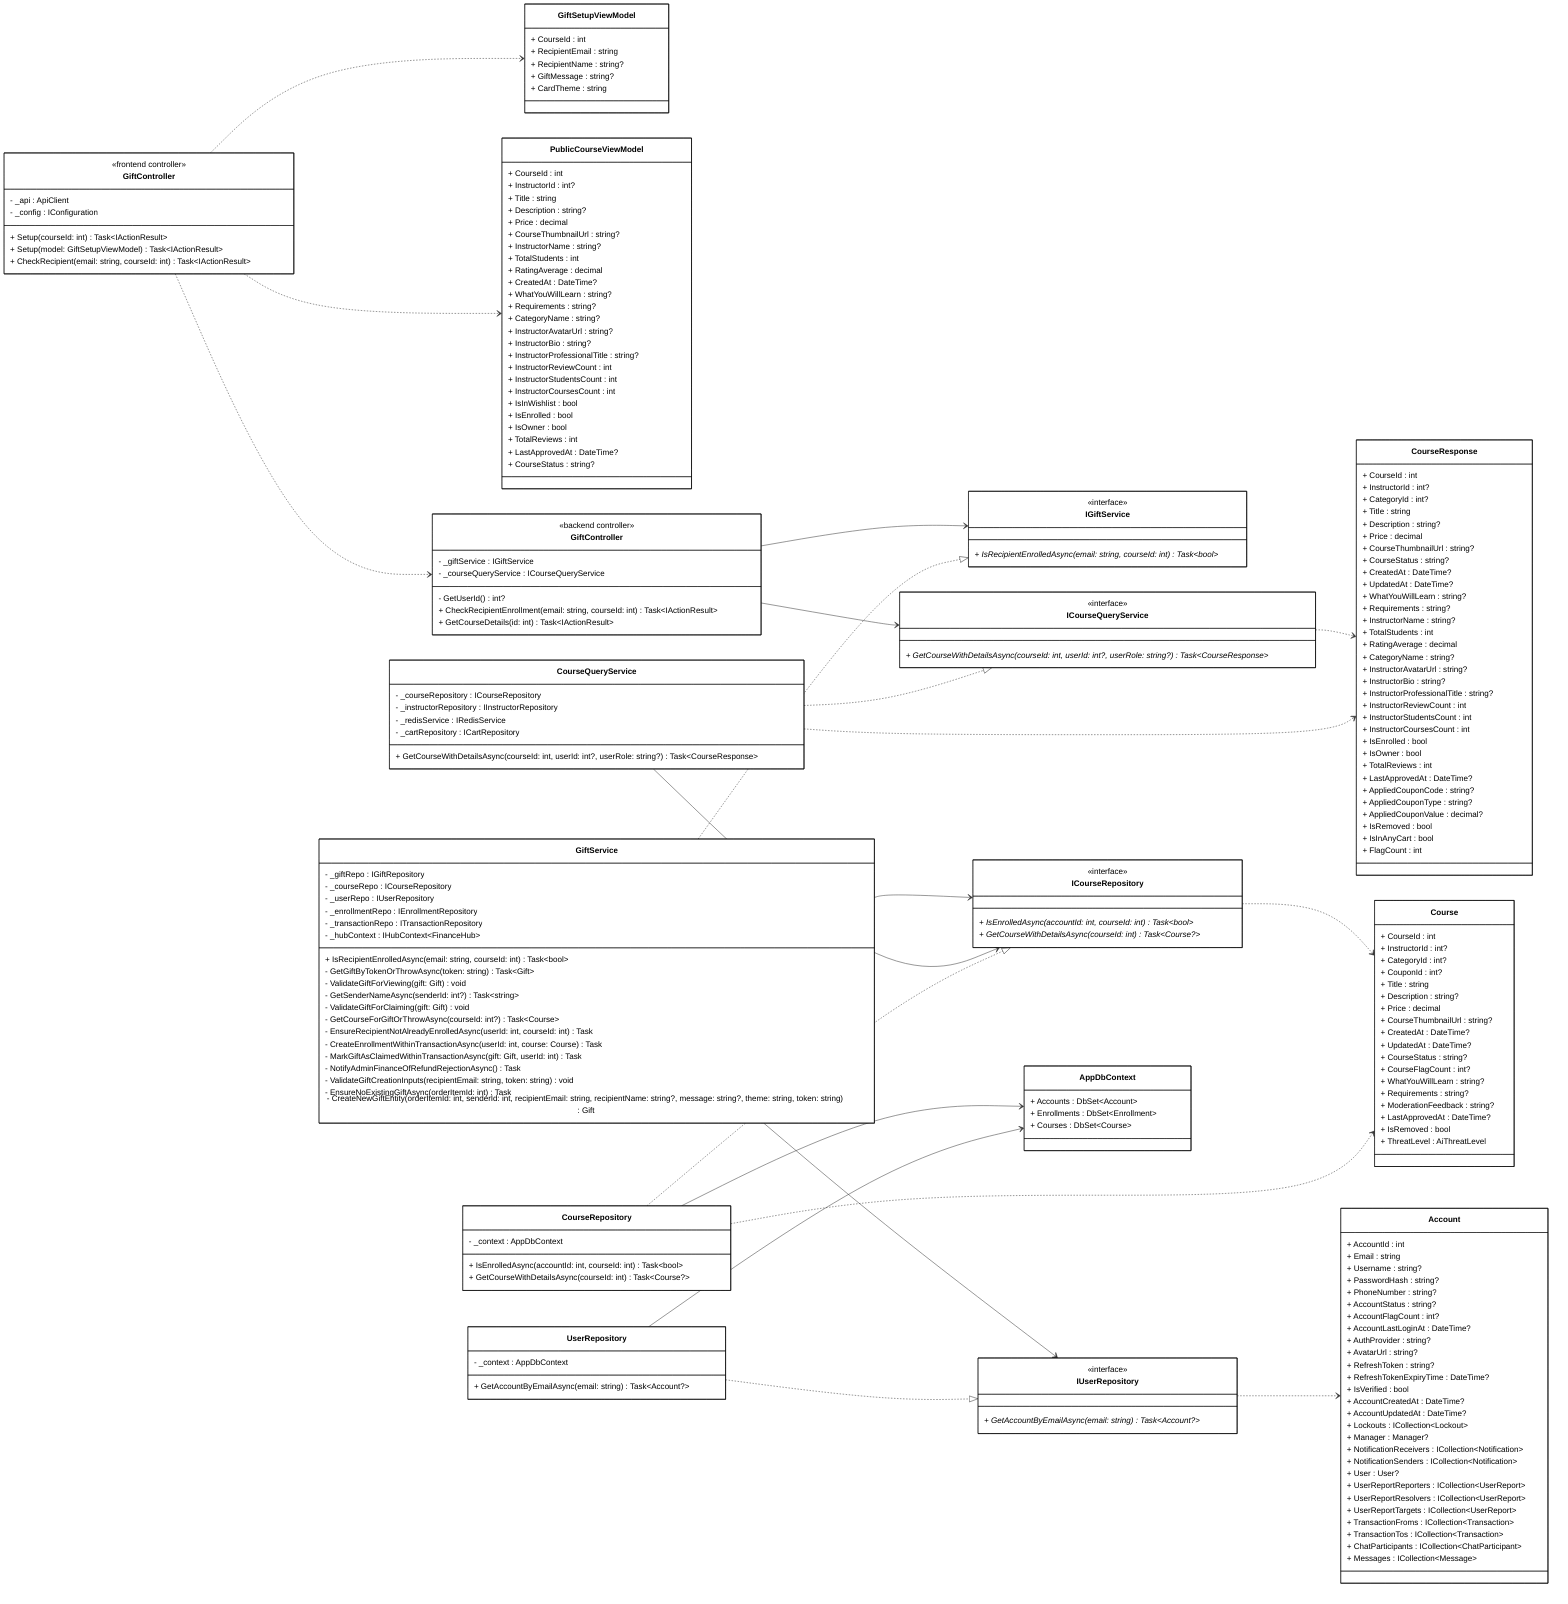
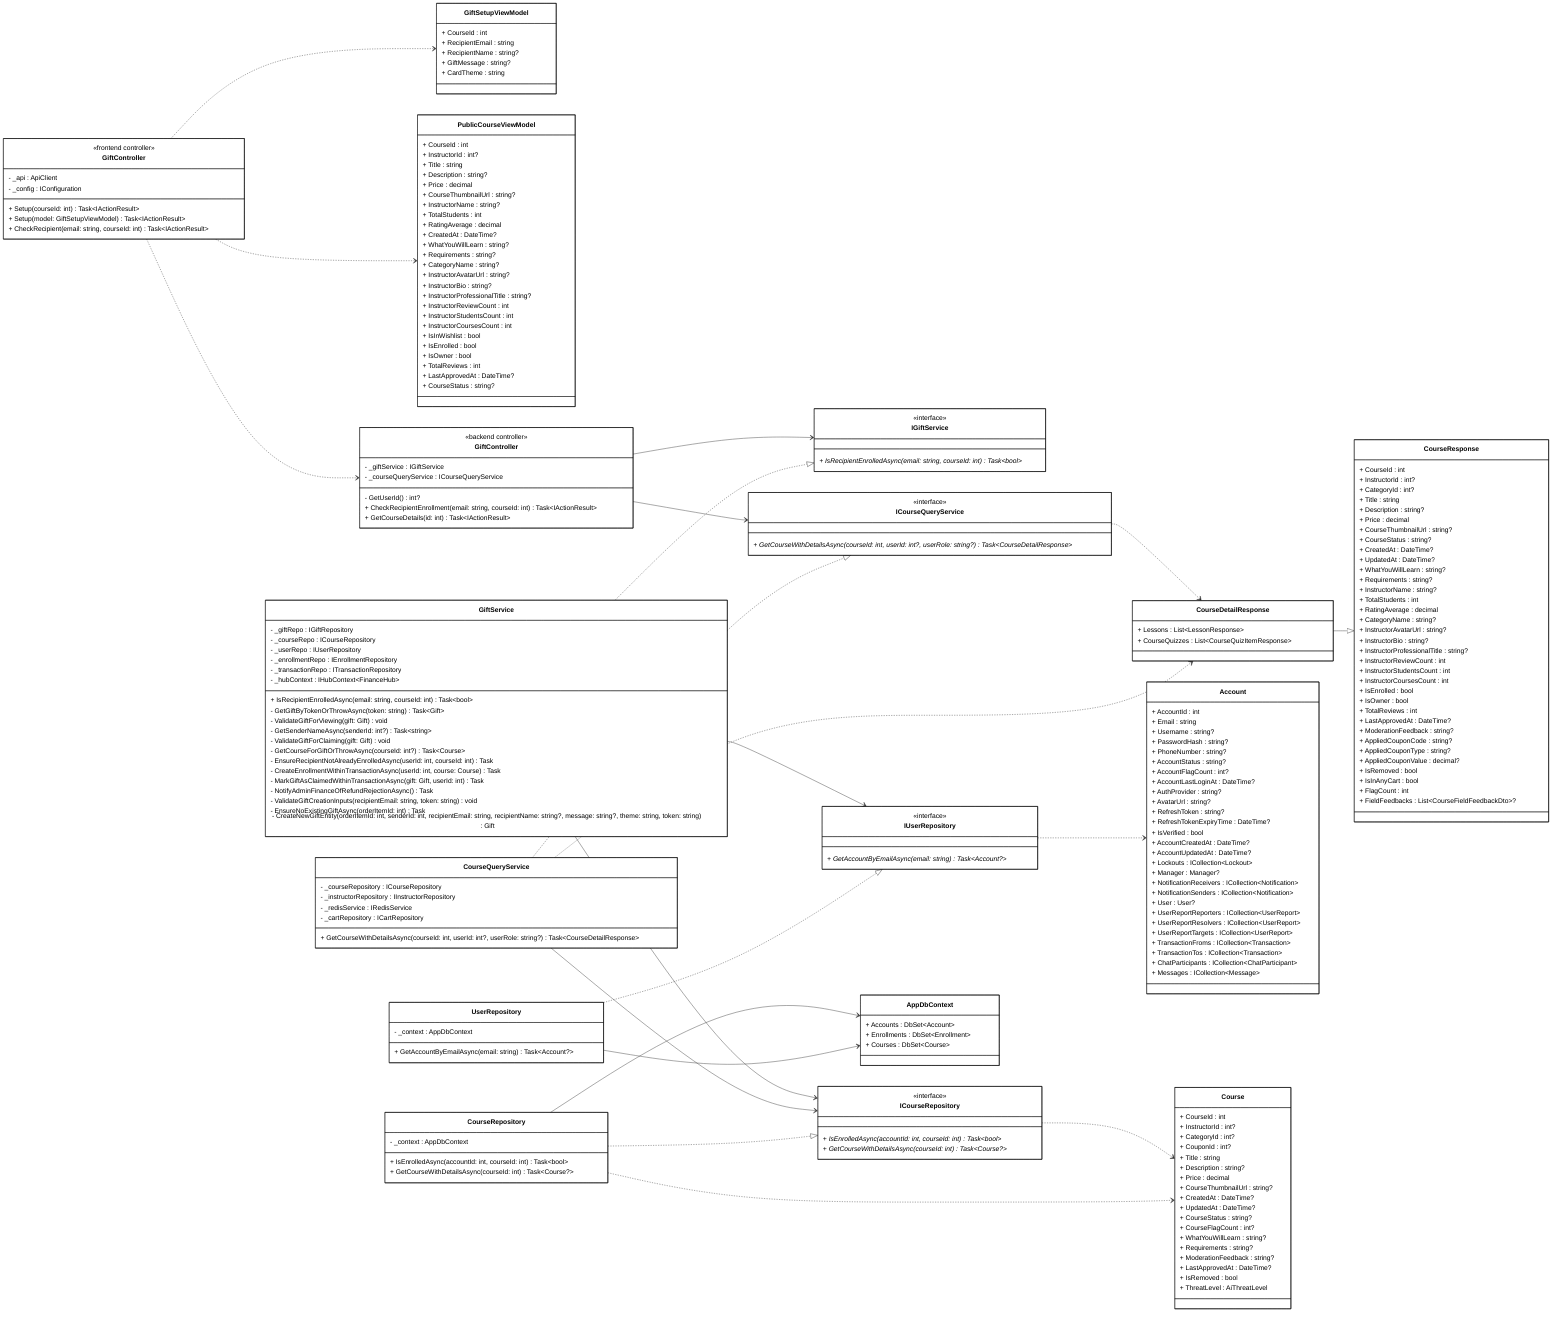
classDiagram
direction LR

%% ==================== FRONTEND ====================

class GiftControllerFE["GiftController"] {
    <<frontend controller>>
    - _api : ApiClient
    - _config : IConfiguration
    + Setup(courseId: int) Task~IActionResult~
    + Setup(model: GiftSetupViewModel) Task~IActionResult~
    + CheckRecipient(email: string, courseId: int) Task~IActionResult~
}

class GiftSetupViewModel {
    + CourseId : int
    + RecipientEmail : string
    + RecipientName : string?
    + GiftMessage : string?
    + CardTheme : string
}

class PublicCourseViewModel {
    + CourseId : int
    + InstructorId : int?
    + Title : string
    + Description : string?
    + Price : decimal
    + CourseThumbnailUrl : string?
    + InstructorName : string?
    + TotalStudents : int
    + RatingAverage : decimal
    + CreatedAt : DateTime?
    + WhatYouWillLearn : string?
    + Requirements : string?
    + CategoryName : string?
    + InstructorAvatarUrl : string?
    + InstructorBio : string?
    + InstructorProfessionalTitle : string?
    + InstructorReviewCount : int
    + InstructorStudentsCount : int
    + InstructorCoursesCount : int
    + IsInWishlist : bool
    + IsEnrolled : bool
    + IsOwner : bool
    + TotalReviews : int
    + LastApprovedAt : DateTime?
    + CourseStatus : string?
}

%% ==================== BACKEND - CONTROLLER ====================

class GiftControllerBE["GiftController"] {
    <<backend controller>>
    - _giftService : IGiftService
    - _courseQueryService : ICourseQueryService
    - GetUserId() int?
    + CheckRecipientEnrollment(email: string, courseId: int) Task~IActionResult~
    + GetCourseDetails(id: int) Task~IActionResult~
}

%% ==================== BACKEND - DTOs ====================

class CourseResponse {
    + CourseId : int
    + InstructorId : int?
    + CategoryId : int?
    + Title : string
    + Description : string?
    + Price : decimal
    + CourseThumbnailUrl : string?
    + CourseStatus : string?
    + CreatedAt : DateTime?
    + UpdatedAt : DateTime?
    + WhatYouWillLearn : string?
    + Requirements : string?
    + InstructorName : string?
    + TotalStudents : int
    + RatingAverage : decimal
    + CategoryName : string?
    + InstructorAvatarUrl : string?
    + InstructorBio : string?
    + InstructorProfessionalTitle : string?
    + InstructorReviewCount : int
    + InstructorStudentsCount : int
    + InstructorCoursesCount : int
    + IsEnrolled : bool
    + IsOwner : bool
    + TotalReviews : int
    + LastApprovedAt : DateTime?
+     + ModerationFeedback : string?
    + AppliedCouponCode : string?
    + AppliedCouponType : string?
    + AppliedCouponValue : decimal?
    + IsRemoved : bool
    + IsInAnyCart : bool
    + FlagCount : int
- }
- 
- 
+     + FieldFeedbacks : List~CourseFieldFeedbackDto~?
+ }
+ 
+ class CourseDetailResponse {
+     + Lessons : List~LessonResponse~
+     + CourseQuizzes : List~CourseQuizItemResponse~
+ }

%% ==================== BACKEND - DOMAIN ENTITIES ====================

class Account {
    + AccountId : int
    + Email : string
    + Username : string?
    + PasswordHash : string?
    + PhoneNumber : string?
    + AccountStatus : string?
    + AccountFlagCount : int?
    + AccountLastLoginAt : DateTime?
    + AuthProvider : string?
    + AvatarUrl : string?
    + RefreshToken : string?
    + RefreshTokenExpiryTime : DateTime?
    + IsVerified : bool
    + AccountCreatedAt : DateTime?
    + AccountUpdatedAt : DateTime?
    + Lockouts : ICollection~Lockout~
    + Manager : Manager?
    + NotificationReceivers : ICollection~Notification~
    + NotificationSenders : ICollection~Notification~
    + User : User?
    + UserReportReporters : ICollection~UserReport~
    + UserReportResolvers : ICollection~UserReport~
    + UserReportTargets : ICollection~UserReport~
    + TransactionFroms : ICollection~Transaction~
    + TransactionTos : ICollection~Transaction~
    + ChatParticipants : ICollection~ChatParticipant~
    + Messages : ICollection~Message~
}

class Course {
    + CourseId : int
    + InstructorId : int?
    + CategoryId : int?
    + CouponId : int?
    + Title : string
    + Description : string?
    + Price : decimal
    + CourseThumbnailUrl : string?
    + CreatedAt : DateTime?
    + UpdatedAt : DateTime?
    + CourseStatus : string?
    + CourseFlagCount : int?
    + WhatYouWillLearn : string?
    + Requirements : string?
    + ModerationFeedback : string?
    + LastApprovedAt : DateTime?
    + IsRemoved : bool
    + ThreatLevel : AiThreatLevel
}

%% ==================== BACKEND - SERVICE INTERFACES ====================

class IGiftService {
    <<interface>>
    + IsRecipientEnrolledAsync(email: string, courseId: int) Task~bool~ *
}

class ICourseQueryService {
    <<interface>>
-     + GetCourseWithDetailsAsync(courseId: int, userId: int?, userRole: string?) Task~CourseResponse~ *
+     + GetCourseWithDetailsAsync(courseId: int, userId: int?, userRole: string?) Task~CourseDetailResponse~ *
}

class ICourseRepository {
    <<interface>>
    + IsEnrolledAsync(accountId: int, courseId: int) Task~bool~ *
    + GetCourseWithDetailsAsync(courseId: int) Task~Course?~ *
}

class IUserRepository {
    <<interface>>
    + GetAccountByEmailAsync(email: string) Task~Account?~ *
}

%% ==================== BACKEND - SERVICE IMPLEMENTATION ====================

class GiftService {
    - _giftRepo : IGiftRepository
    - _courseRepo : ICourseRepository
    - _userRepo : IUserRepository
    - _enrollmentRepo : IEnrollmentRepository
    - _transactionRepo : ITransactionRepository
    - _hubContext : IHubContext~FinanceHub~

    + IsRecipientEnrolledAsync(email: string, courseId: int) Task~bool~
    - GetGiftByTokenOrThrowAsync(token: string) Task~Gift~
    - ValidateGiftForViewing(gift: Gift) void
    - GetSenderNameAsync(senderId: int?) Task~string~
    - ValidateGiftForClaiming(gift: Gift) void
    - GetCourseForGiftOrThrowAsync(courseId: int?) Task~Course~
    - EnsureRecipientNotAlreadyEnrolledAsync(userId: int, courseId: int) Task
    - CreateEnrollmentWithinTransactionAsync(userId: int, course: Course) Task
    - MarkGiftAsClaimedWithinTransactionAsync(gift: Gift, userId: int) Task
    - NotifyAdminFinanceOfRefundRejectionAsync() Task
    - ValidateGiftCreationInputs(recipientEmail: string, token: string) void
    - EnsureNoExistingGiftAsync(orderItemId: int) Task
    - CreateNewGiftEntity(orderItemId: int, senderId: int, recipientEmail: string, recipientName: string?, message: string?, theme: string, token: string) Gift
}

class CourseQueryService {
    - _courseRepository : ICourseRepository
    - _instructorRepository : IInstructorRepository
    - _redisService : IRedisService
    - _cartRepository : ICartRepository

-     + GetCourseWithDetailsAsync(courseId: int, userId: int?, userRole: string?) Task~CourseResponse~
+     + GetCourseWithDetailsAsync(courseId: int, userId: int?, userRole: string?) Task~CourseDetailResponse~
}

%% ==================== BACKEND - REPOSITORY IMPLEMENTATION ====================

class CourseRepository {
    - _context : AppDbContext

    + IsEnrolledAsync(accountId: int, courseId: int) Task~bool~
    + GetCourseWithDetailsAsync(courseId: int) Task~Course?~
}

class UserRepository {
    - _context : AppDbContext

    + GetAccountByEmailAsync(email: string) Task~Account?~
}

%% ==================== BACKEND - DbContext ====================

class AppDbContext {
    + Accounts : DbSet~Account~
    + Enrollments : DbSet~Enrollment~
    + Courses : DbSet~Course~
}

%% ==================== RELATIONSHIPS ====================

- 
+ %% === INHERITANCE ===
+ CourseDetailResponse --|> CourseResponse

%% === UNIDIRECTIONAL ASSOCIATION ===
GiftControllerBE --> IGiftService
GiftControllerBE --> ICourseQueryService
GiftService --> ICourseRepository
GiftService --> IUserRepository
CourseQueryService --> ICourseRepository
CourseRepository --> AppDbContext
UserRepository --> AppDbContext

%% === INTERFACE REALIZATION ===
GiftService ..|> IGiftService
CourseQueryService ..|> ICourseQueryService
CourseRepository ..|> ICourseRepository
UserRepository ..|> IUserRepository

%% === DEPENDENCY ===
GiftControllerFE ..> GiftSetupViewModel
GiftControllerFE ..> PublicCourseViewModel
GiftControllerFE ..> GiftControllerBE
IUserRepository ..> Account
- ICourseQueryService ..> CourseResponse
- CourseQueryService ..> CourseResponse
+ ICourseQueryService ..> CourseDetailResponse
+ CourseQueryService ..> CourseDetailResponse
ICourseRepository ..> Course
CourseRepository ..> Course

%% ==================== STYLES ====================

classDef default fill:#FFFFFF,stroke:#000000,stroke-width:1px,color:#000000
